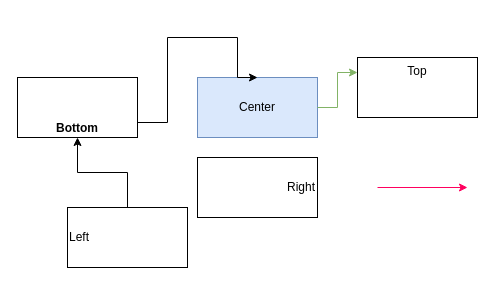
Earlier version of the draw.io diagram page "Page-1" (1 of 2) of inputs/two-boxes-arrow.drawio (DavidVentura/drawio-to-svg). Source tidied: cells renumbered, new cells numbered last; positions are measured from the earlier drawing's top-left corner, leaving out a move shared by most shapes. Both pictures are drawn from the tidied source at 100%, with x=0, y=0 at pixel (17, 37).
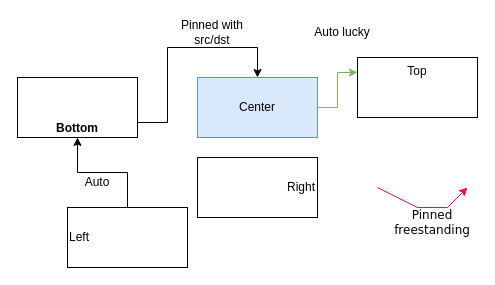
The same diagram, later.

Change to the diagram source:
```diff
@@
 <mxGraphModel>
   <root>
     <mxCell id="0" />
     <mxCell id="1" parent="0" />
+    <mxCell id="10" style="edgeStyle=orthogonalEdgeStyle;rounded=0;jettySize=auto;html=1;exitX=1;exitY=0.75;exitDx=0;exitDy=0;entryX=0.5;entryY=0;entryDx=0;entryDy=0;" parent="1" edge="1" source="2" target="3">
+      <mxGeometry relative="1" as="geometry">
+        <Array as="points">
+          <mxPoint x="150" y="85" />
+          <mxPoint x="150" y="10" />
+          <mxPoint x="240" y="10" />
+        </Array>
+      </mxGeometry>
+    </mxCell>
     <mxCell id="2" value="&lt;b&gt;Bottom&lt;/b&gt;" style="rounded=0;whiteSpace=wrap;html=1;verticalAlign=bottom;" parent="1" vertex="1">
       <mxGeometry y="40" width="120" height="60" as="geometry" />
     </mxCell>
     <mxCell id="3" value="Center" style="rounded=0;whiteSpace=wrap;html=1;fontStyle=0;horizontal=1;verticalAlign=middle;align=center;fillColor=#dae8fc;strokeColor=#6c8ebf;" parent="1" vertex="1">
       <mxGeometry x="180" y="40" width="120" height="60" as="geometry" />
     </mxCell>
     <mxCell id="4" value="Top" style="rounded=0;whiteSpace=wrap;html=1;fontStyle=0;horizontal=1;verticalAlign=top;align=center;" parent="1" vertex="1">
       <mxGeometry x="340" y="20" width="120" height="60" as="geometry" />
     </mxCell>
     <mxCell id="5" style="edgeStyle=orthogonalEdgeStyle;rounded=0;jettySize=auto;html=1;entryX=0.5;entryY=1;entryDx=0;entryDy=0;" parent="1" edge="1" source="6" target="2">
       <mxGeometry relative="1" as="geometry" />
     </mxCell>
     <mxCell id="6" value="Left" style="rounded=0;whiteSpace=wrap;html=1;align=left;" parent="1" vertex="1">
       <mxGeometry x="50" y="170" width="120" height="60" as="geometry" />
     </mxCell>
     <mxCell id="7" value="Right" style="rounded=0;whiteSpace=wrap;html=1;align=right;" parent="1" vertex="1">
       <mxGeometry x="180" y="120" width="120" height="60" as="geometry" />
     </mxCell>
     <mxCell id="8" style="edgeStyle=orthogonalEdgeStyle;rounded=0;jettySize=auto;html=1;fillColor=#d5e8d4;strokeColor=#82b366;entryX=0;entryY=0.25;entryDx=0;entryDy=0;" parent="1" edge="1" source="3" target="4">
       <mxGeometry relative="1" as="geometry" />
     </mxCell>
     <mxCell id="9" style="endArrow=classic;html=1;rounded=0;strokeColor=#FF005E;" parent="1" edge="1">
       <mxGeometry relative="1" as="geometry">
         <mxPoint x="360" y="150" as="sourcePoint" />
         <mxPoint x="450" y="150" as="targetPoint" />
+        <Array as="points">
+          <mxPoint x="400" y="170" />
+          <mxPoint x="430" y="170" />
+        </Array>
       </mxGeometry>
     </mxCell>
-    <mxCell id="10" style="edgeStyle=orthogonalEdgeStyle;rounded=0;jettySize=auto;html=1;entryX=0.5;entryY=0;entryDx=0;entryDy=0;startArrow=none;startFill=0;endArrow=classic;endFill=1;exitX=1;exitY=0.75;exitDx=0;exitDy=0;" parent="1" edge="1" source="2" target="3">
-      <mxGeometry relative="1" as="geometry">
-        <Array as="points">
-          <mxPoint x="150" y="85" />
-          <mxPoint x="150" />
-          <mxPoint x="220" />
-          <mxPoint x="220" y="40" />
-        </Array>
-      </mxGeometry>
-    </mxCell>
+    <mxCell id="11" value="Auto" style="text;html=1;align=center;verticalAlign=middle;whiteSpace=wrap;rounded=0;" parent="1" vertex="1">
+      <mxGeometry x="50" y="130" width="60" height="30" as="geometry" />
+    </mxCell>
+    <mxCell id="12" value="Pinned with src/dst" style="text;html=1;align=center;verticalAlign=middle;whiteSpace=wrap;rounded=0;" parent="1" vertex="1">
+      <mxGeometry x="160" y="-20" width="70" height="30" as="geometry" />
+    </mxCell>
+    <mxCell id="13" value="Pinned freestanding" style="text;html=1;align=center;verticalAlign=middle;whiteSpace=wrap;rounded=0;fontFamily=Verdana;" parent="1" vertex="1">
+      <mxGeometry x="380" y="170" width="70" height="30" as="geometry" />
+    </mxCell>
+    <mxCell id="14" value="Auto lucky" style="text;html=1;align=center;verticalAlign=middle;whiteSpace=wrap;rounded=0;" parent="1" vertex="1">
+      <mxGeometry x="290" y="-20" width="70" height="30" as="geometry" />
+    </mxCell>
   </root>
 </mxGraphModel>
```
